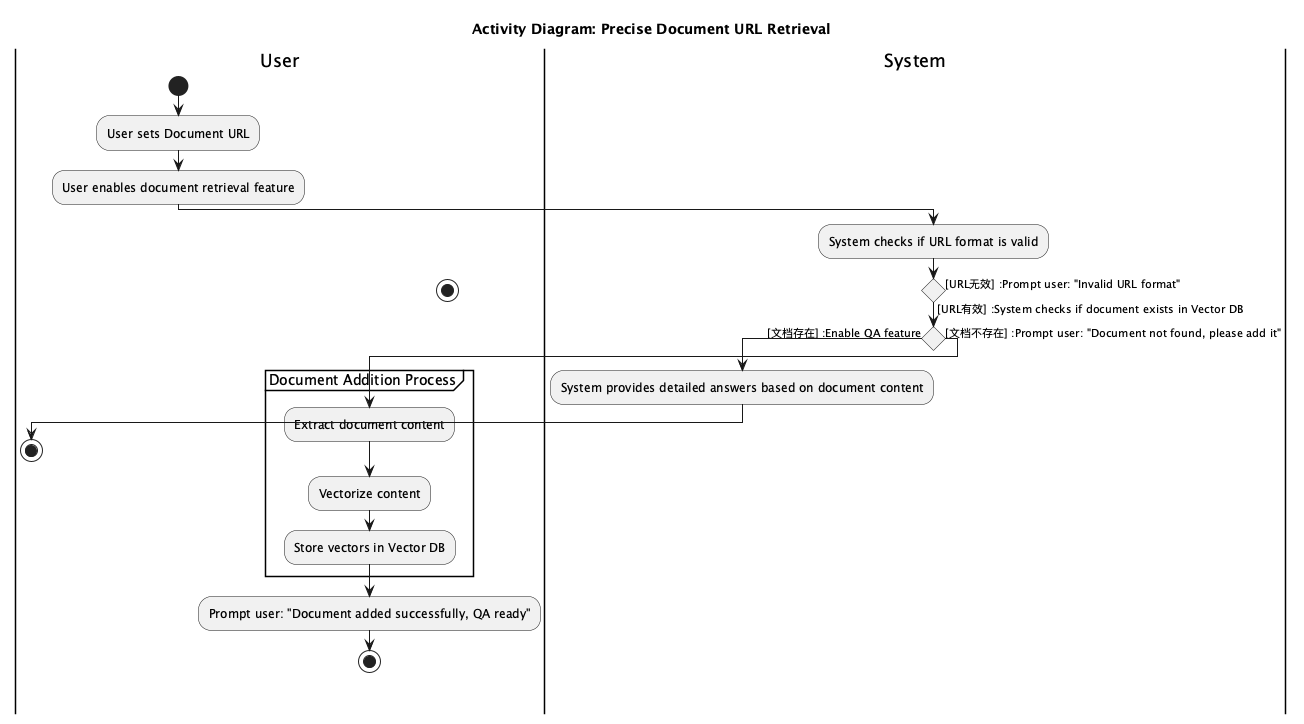
Above: latex/UML/Activity/Precise-Document-URL-Retrieval.png in stepbystepcode/CodeWay (PlantUML), before the change. Its diagram source:
```plantuml
@startuml
title Activity Diagram: Precise Document URL Retrieval

|User|
start
:User sets Document URL;
:User enables document retrieval feature;

|System|
:System checks if URL format is valid;
if () then
  ->[URL有效] :System checks if document exists in Vector DB;
  if () then
    ->[文档存在] :Enable QA feature;
    :System provides detailed answers based on document content;

    |User|
    stop
  else
    ->[文档不存在] :Prompt user: "Document not found, please add it";
    partition Document Addition Process {
      :Extract document content;
      :Vectorize content;
      :Store vectors in Vector DB;
    }
    :Prompt user: "Document added successfully, QA ready";

    |User|
    stop
  endif
else
  ->[URL无效] :Prompt user: "Invalid URL format";

  |User|
  stop
endif

@enduml
```
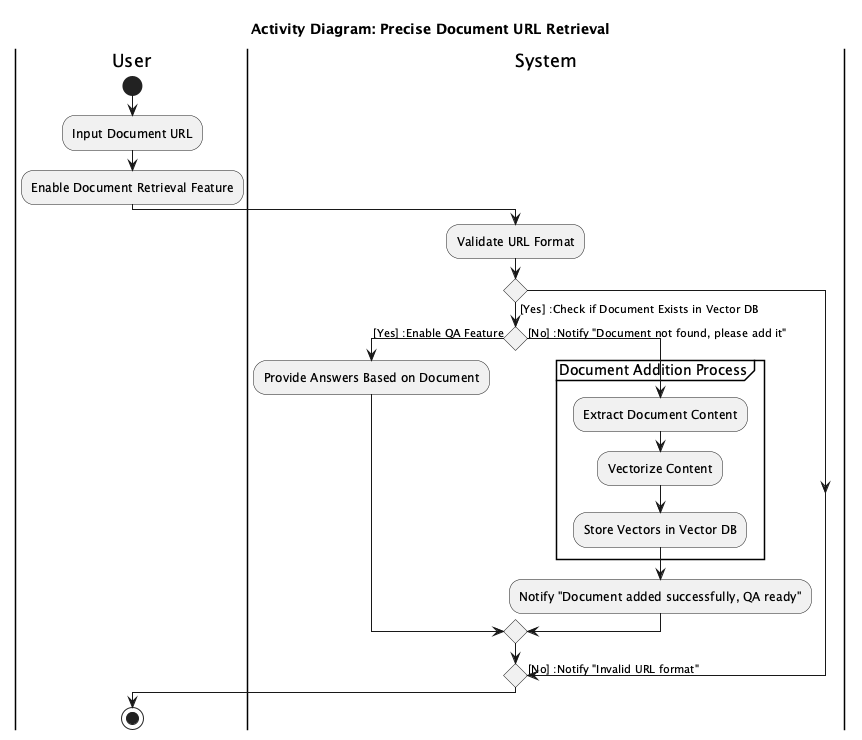
Later version of the same file.

The edit, as a diff of the source:
```diff
@@ -3,36 +3,29 @@
 
 |User|
 start
-:User sets Document URL;
-:User enables document retrieval feature;
+:Input Document URL;
+:Enable Document Retrieval Feature;
 
 |System|
-:System checks if URL format is valid;
+:Validate URL Format;
 if () then
-  ->[URL有效] :System checks if document exists in Vector DB;
+  -> [Yes] :Check if Document Exists in Vector DB;
   if () then
-    ->[文档存在] :Enable QA feature;
-    :System provides detailed answers based on document content;
-
-    |User|
-    stop
+    -> [Yes] :Enable QA Feature;
+    :Provide Answers Based on Document;
   else
-    ->[文档不存在] :Prompt user: "Document not found, please add it";
-    partition Document Addition Process {
-      :Extract document content;
-      :Vectorize content;
-      :Store vectors in Vector DB;
+    -> [No] :Notify "Document not found, please add it";
+    partition "Document Addition Process" {
+      :Extract Document Content;
+      :Vectorize Content;
+      :Store Vectors in Vector DB;
     }
-    :Prompt user: "Document added successfully, QA ready";
-
-    |User|
-    stop
+    :Notify "Document added successfully, QA ready";
   endif
 else
-  ->[URL无效] :Prompt user: "Invalid URL format";
-
-  |User|
-  stop
+  -> [No] :Notify "Invalid URL format";
 endif
 
+|User|
+stop
 @enduml
```
